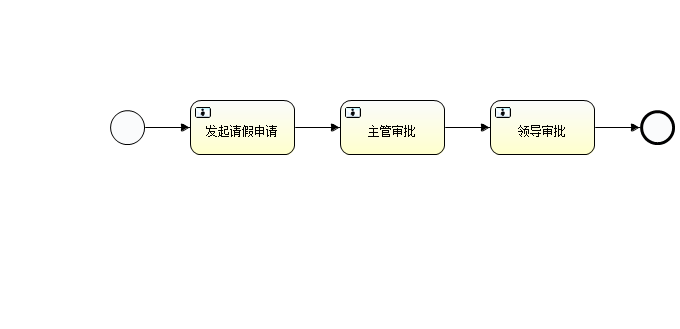
This is Activiti-demo/src/main/resources/diagrams/leaveProcess.png from 158295002/repository-eclipse, a BPMN export, as it was before one commit. Its source is kept beside it as Activiti-demo/src/main/resources/diagrams/leaveProcess.bpmn. Ids are renumbered. Source of this version:
```xml
<definitions xmlns="http://www.omg.org/spec/BPMN/20100524/MODEL" xmlns:xsi="http://www.w3.org/2001/XMLSchema-instance" xmlns:xsd="http://www.w3.org/2001/XMLSchema" xmlns:activiti="http://activiti.org/bpmn" xmlns:bpmndi="http://www.omg.org/spec/BPMN/20100524/DI" xmlns:omgdc="http://www.omg.org/spec/DD/20100524/DC" xmlns:omgdi="http://www.omg.org/spec/DD/20100524/DI" typeLanguage="http://www.w3.org/2001/XMLSchema" expressionLanguage="http://www.w3.org/1999/XPath" targetNamespace="http://www.activiti.org/test">
  <process id="myProcess" name="My process" isExecutable="true">
    <startEvent id="startevent1" name="Start"></startEvent>
    <userTask id="usertask1" name="发起请假申请" activiti:assignee="某人"></userTask>
    <sequenceFlow id="flow1" sourceRef="startevent1" targetRef="usertask1"></sequenceFlow>
    <userTask id="usertask2" name="主管审批" activiti:assignee="某主管"></userTask>
    <sequenceFlow id="flow2" sourceRef="usertask1" targetRef="usertask2"></sequenceFlow>
    <userTask id="usertask3" name="领导审批" activiti:assignee="某领导"></userTask>
    <sequenceFlow id="flow3" sourceRef="usertask2" targetRef="usertask3"></sequenceFlow>
    <endEvent id="endevent2" name="End"></endEvent>
    <sequenceFlow id="flow4" sourceRef="usertask3" targetRef="endevent2"></sequenceFlow>
  </process>
  <bpmndi:BPMNDiagram id="BPMNDiagram_myProcess">
    <bpmndi:BPMNPlane bpmnElement="myProcess" id="BPMNPlane_myProcess">
      <bpmndi:BPMNShape bpmnElement="startevent1" id="BPMNShape_startevent1">
        <omgdc:Bounds height="35.0" width="35.0" x="110.0" y="110.0"></omgdc:Bounds>
      </bpmndi:BPMNShape>
      <bpmndi:BPMNShape bpmnElement="usertask1" id="BPMNShape_usertask1">
        <omgdc:Bounds height="55.0" width="105.0" x="190.0" y="100.0"></omgdc:Bounds>
      </bpmndi:BPMNShape>
      <bpmndi:BPMNShape bpmnElement="usertask2" id="BPMNShape_usertask2">
        <omgdc:Bounds height="55.0" width="105.0" x="340.0" y="100.0"></omgdc:Bounds>
      </bpmndi:BPMNShape>
      <bpmndi:BPMNShape bpmnElement="usertask3" id="BPMNShape_usertask3">
        <omgdc:Bounds height="55.0" width="105.0" x="490.0" y="100.0"></omgdc:Bounds>
      </bpmndi:BPMNShape>
      <bpmndi:BPMNShape bpmnElement="endevent2" id="BPMNShape_endevent2">
        <omgdc:Bounds height="35.0" width="35.0" x="640.0" y="110.0"></omgdc:Bounds>
      </bpmndi:BPMNShape>
      <bpmndi:BPMNEdge bpmnElement="flow1" id="BPMNEdge_flow1">
        <omgdi:waypoint x="145.0" y="127.0"></omgdi:waypoint>
        <omgdi:waypoint x="190.0" y="127.0"></omgdi:waypoint>
      </bpmndi:BPMNEdge>
      <bpmndi:BPMNEdge bpmnElement="flow2" id="BPMNEdge_flow2">
        <omgdi:waypoint x="295.0" y="127.0"></omgdi:waypoint>
        <omgdi:waypoint x="340.0" y="127.0"></omgdi:waypoint>
      </bpmndi:BPMNEdge>
      <bpmndi:BPMNEdge bpmnElement="flow3" id="BPMNEdge_flow3">
        <omgdi:waypoint x="445.0" y="127.0"></omgdi:waypoint>
        <omgdi:waypoint x="490.0" y="127.0"></omgdi:waypoint>
      </bpmndi:BPMNEdge>
      <bpmndi:BPMNEdge bpmnElement="flow4" id="BPMNEdge_flow4">
        <omgdi:waypoint x="595.0" y="127.0"></omgdi:waypoint>
        <omgdi:waypoint x="640.0" y="127.0"></omgdi:waypoint>
      </bpmndi:BPMNEdge>
    </bpmndi:BPMNPlane>
  </bpmndi:BPMNDiagram>
</definitions>
```
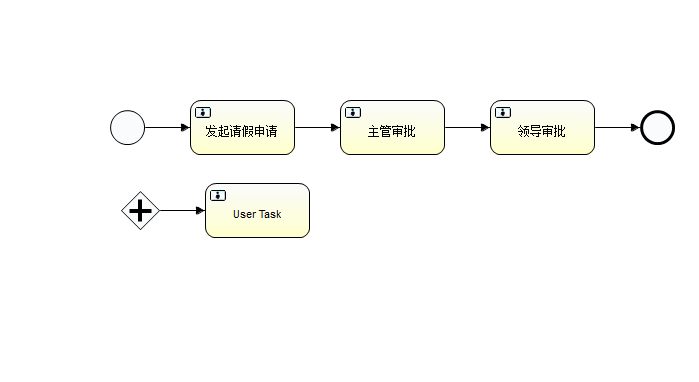
The same file after the commit.

What changed in the source:
```diff
@@ -9,6 +9,9 @@
     <sequenceFlow id="flow3" sourceRef="usertask2" targetRef="usertask3"></sequenceFlow>
     <endEvent id="endevent2" name="End"></endEvent>
     <sequenceFlow id="flow4" sourceRef="usertask3" targetRef="endevent2"></sequenceFlow>
+    <parallelGateway id="parallelgateway2" name="Parallel Gateway"></parallelGateway>
+    <userTask id="usertask4" name="User Task"></userTask>
+    <sequenceFlow id="flow5" sourceRef="parallelgateway2" targetRef="usertask4"></sequenceFlow>
   </process>
   <bpmndi:BPMNDiagram id="BPMNDiagram_myProcess">
     <bpmndi:BPMNPlane bpmnElement="myProcess" id="BPMNPlane_myProcess">
@@ -27,6 +30,12 @@
       <bpmndi:BPMNShape bpmnElement="endevent2" id="BPMNShape_endevent2">
         <omgdc:Bounds height="35.0" width="35.0" x="640.0" y="110.0"></omgdc:Bounds>
       </bpmndi:BPMNShape>
+      <bpmndi:BPMNShape bpmnElement="parallelgateway2" id="BPMNShape_parallelgateway2">
+        <omgdc:Bounds height="40.0" width="40.0" x="120.0" y="190.0"></omgdc:Bounds>
+      </bpmndi:BPMNShape>
+      <bpmndi:BPMNShape bpmnElement="usertask4" id="BPMNShape_usertask4">
+        <omgdc:Bounds height="55.0" width="105.0" x="205.0" y="183.0"></omgdc:Bounds>
+      </bpmndi:BPMNShape>
       <bpmndi:BPMNEdge bpmnElement="flow1" id="BPMNEdge_flow1">
         <omgdi:waypoint x="145.0" y="127.0"></omgdi:waypoint>
         <omgdi:waypoint x="190.0" y="127.0"></omgdi:waypoint>
@@ -43,6 +52,10 @@
         <omgdi:waypoint x="595.0" y="127.0"></omgdi:waypoint>
         <omgdi:waypoint x="640.0" y="127.0"></omgdi:waypoint>
       </bpmndi:BPMNEdge>
+      <bpmndi:BPMNEdge bpmnElement="flow5" id="BPMNEdge_flow5">
+        <omgdi:waypoint x="160.0" y="210.0"></omgdi:waypoint>
+        <omgdi:waypoint x="205.0" y="210.0"></omgdi:waypoint>
+      </bpmndi:BPMNEdge>
     </bpmndi:BPMNPlane>
   </bpmndi:BPMNDiagram>
 </definitions>
```
